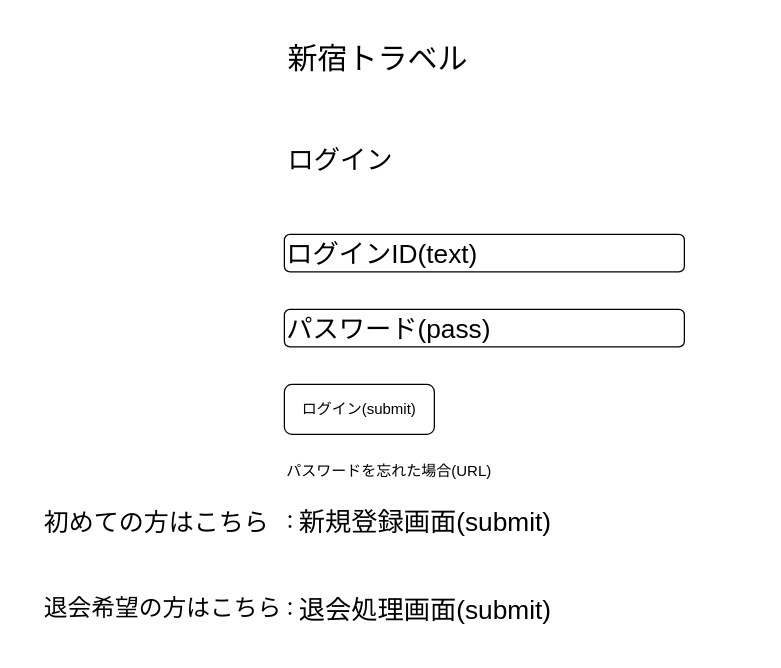
Before: ログイン画面レイアウト.drawio in 2022java42-student006/document, a draw.io diagram. Source tidied: cells renumbered, new cells numbered last; positions are measured from the earlier drawing's top-left corner, leaving out a move shared by most shapes. Both pictures are drawn from the tidied source at 125%, with x=0, y=0 at pixel (21, 21).
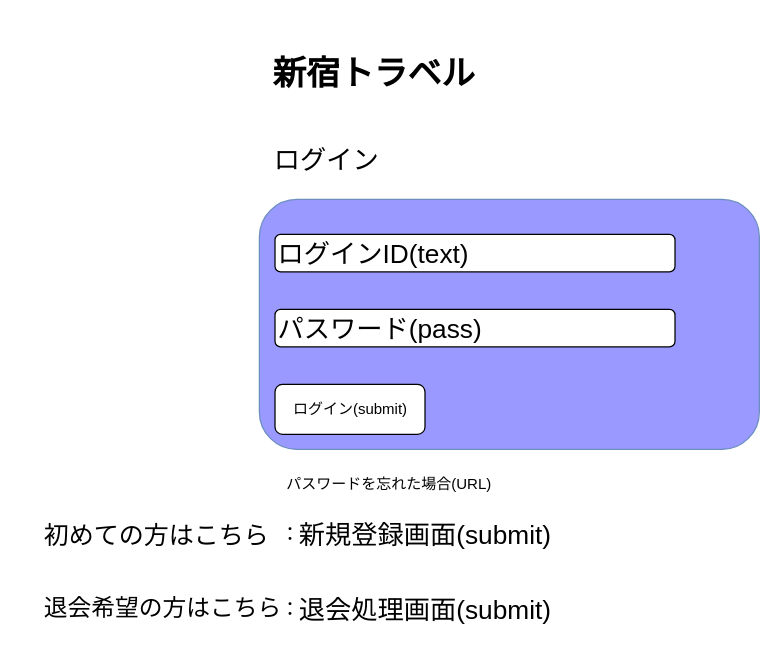
The same diagram, later.

The edit, as a diff of the source:
```diff
@@
 <mxGraphModel>
   <root>
     <mxCell id="0" />
     <mxCell id="1" parent="0" />
-    <mxCell id="2" value="&lt;font style=&quot;font-size: 24px&quot;&gt;新宿トラベル&lt;/font&gt;" style="rounded=0;whiteSpace=wrap;html=1;strokeColor=none;" parent="1" vertex="1">
-      <mxGeometry x="160" width="250" height="60" as="geometry" />
+    <mxCell id="2" value="&lt;h2&gt;&lt;font style=&quot;font-size: 27px&quot;&gt;新宿トラベル&lt;/font&gt;&lt;/h2&gt;" style="rounded=1;whiteSpace=wrap;html=1;align=left;strokeColor=none;fontFamily=Georgia;" parent="1" vertex="1">
+      <mxGeometry x="199" y="11" width="183" height="60" as="geometry" />
     </mxCell>
-    <mxCell id="3" value="&lt;font style=&quot;font-size: 21px&quot;&gt;ログイン&lt;/font&gt;" style="rounded=0;whiteSpace=wrap;html=1;strokeColor=none;" parent="1" vertex="1">
-      <mxGeometry x="130" y="80" width="250" height="60" as="geometry" />
+    <mxCell id="3" value="&lt;font style=&quot;font-size: 21px&quot;&gt;ログイン&lt;/font&gt;" style="rounded=1;whiteSpace=wrap;html=1;align=left;labelBackgroundColor=none;strokeColor=none;" parent="1" vertex="1">
+      <mxGeometry x="200" y="80" width="90" height="60" as="geometry" />
     </mxCell>
-    <mxCell id="4" value="ログインID(text)" style="rounded=1;whiteSpace=wrap;html=1;fontSize=21;align=left;" parent="1" vertex="1">
-      <mxGeometry x="210" y="170" width="320" height="30" as="geometry" />
-    </mxCell>
-    <mxCell id="5" value="パスワード(pass)" style="rounded=1;whiteSpace=wrap;html=1;fontSize=21;align=left;" parent="1" vertex="1">
-      <mxGeometry x="210" y="230" width="320" height="30" as="geometry" />
-    </mxCell>
-    <mxCell id="6" value="&lt;font style=&quot;font-size: 12px&quot;&gt;パスワードを忘れた場合(URL)&lt;/font&gt;" style="rounded=0;whiteSpace=wrap;html=1;strokeColor=none;align=left;" parent="1" vertex="1">
-      <mxGeometry x="210" y="350" width="300" height="20" as="geometry" />
+    <mxCell id="6" value="&lt;font style=&quot;font-size: 12px&quot;&gt;パスワードを忘れた場合(URL)&lt;/font&gt;" style="rounded=1;whiteSpace=wrap;html=1;strokeColor=none;align=left;" parent="1" vertex="1">
+      <mxGeometry x="210" y="360" width="300" height="20" as="geometry" />
     </mxCell>
-    <mxCell id="7" value="ログイン(submit)" style="rounded=1;whiteSpace=wrap;html=1;fontSize=12;" parent="1" vertex="1">
-      <mxGeometry x="210" y="290" width="120" height="40" as="geometry" />
-    </mxCell>
-    <mxCell id="8" value="&lt;font style=&quot;font-size: 20px&quot;&gt;初めての方はこちら&lt;/font&gt;" style="rounded=0;whiteSpace=wrap;html=1;fontSize=16;align=right;strokeColor=none;" parent="1" vertex="1">
-      <mxGeometry y="380" width="200" height="40" as="geometry" />
+    <mxCell id="8" value="&lt;font style=&quot;font-size: 20px&quot;&gt;初めての方はこちら&lt;/font&gt;" style="rounded=1;whiteSpace=wrap;html=1;fontSize=16;align=right;strokeColor=none;" parent="1" vertex="1">
+      <mxGeometry y="390" width="200" height="40" as="geometry" />
     </mxCell>
-    <mxCell id="9" value="&lt;font style=&quot;font-size: 16px&quot;&gt;：&lt;/font&gt;" style="rounded=0;whiteSpace=wrap;html=1;fontSize=12;strokeColor=none;" parent="1" vertex="1">
-      <mxGeometry x="210" y="370" width="10" height="60" as="geometry" />
+    <mxCell id="9" value="&lt;font style=&quot;font-size: 16px&quot;&gt;：&lt;/font&gt;" style="rounded=1;whiteSpace=wrap;html=1;fontSize=12;strokeColor=none;" parent="1" vertex="1">
+      <mxGeometry x="210" y="380" width="10" height="60" as="geometry" />
     </mxCell>
-    <mxCell id="10" value="新規登録画面(submit)" style="rounded=0;whiteSpace=wrap;html=1;fontSize=21;align=left;strokeColor=none;" parent="1" vertex="1">
-      <mxGeometry x="220" y="385" width="285" height="30" as="geometry" />
+    <mxCell id="10" value="新規登録画面(submit)" style="rounded=1;whiteSpace=wrap;html=1;fontSize=21;align=left;strokeColor=none;" parent="1" vertex="1">
+      <mxGeometry x="220" y="395" width="285" height="30" as="geometry" />
     </mxCell>
-    <mxCell id="11" value="&lt;font style=&quot;font-size: 19px&quot;&gt;退会希望の方はこちら&lt;/font&gt;" style="rounded=0;whiteSpace=wrap;html=1;fontSize=16;align=right;strokeColor=none;" parent="1" vertex="1">
+    <mxCell id="11" value="&lt;font style=&quot;font-size: 19px&quot;&gt;退会希望の方はこちら&lt;/font&gt;" style="rounded=1;whiteSpace=wrap;html=1;fontSize=16;align=right;strokeColor=none;" parent="1" vertex="1">
       <mxGeometry x="10" y="450" width="200" height="40" as="geometry" />
     </mxCell>
-    <mxCell id="12" value="&lt;font style=&quot;font-size: 16px&quot;&gt;：&lt;/font&gt;" style="rounded=0;whiteSpace=wrap;html=1;fontSize=12;strokeColor=none;" parent="1" vertex="1">
+    <mxCell id="12" value="&lt;font style=&quot;font-size: 16px&quot;&gt;：&lt;/font&gt;" style="rounded=1;whiteSpace=wrap;html=1;fontSize=12;strokeColor=none;" parent="1" vertex="1">
       <mxGeometry x="210" y="440" width="10" height="60" as="geometry" />
     </mxCell>
-    <mxCell id="13" value="退会処理画面(submit)" style="rounded=0;whiteSpace=wrap;html=1;fontSize=21;align=left;strokeColor=none;" parent="1" vertex="1">
+    <mxCell id="13" value="退会処理画面(submit)" style="rounded=1;whiteSpace=wrap;html=1;fontSize=21;align=left;strokeColor=none;" parent="1" vertex="1">
       <mxGeometry x="220" y="455" width="285" height="30" as="geometry" />
     </mxCell>
+    <mxCell id="14" style="rounded=1;whiteSpace=wrap;html=1;fillColor=#9999FF;strokeColor=#6c8ebf;gradientColor=none;" parent="1" vertex="1">
+      <mxGeometry x="190" y="142" width="400" height="200" as="geometry" />
+    </mxCell>
+    <mxCell id="4" value="ログインID(text)" style="rounded=1;whiteSpace=wrap;html=1;fontSize=21;align=left;" parent="1" vertex="1">
+      <mxGeometry x="202.5" y="170" width="320" height="30" as="geometry" />
+    </mxCell>
+    <mxCell id="5" value="パスワード(pass)" style="rounded=1;whiteSpace=wrap;html=1;fontSize=21;align=left;" parent="1" vertex="1">
+      <mxGeometry x="202.5" y="230" width="320" height="30" as="geometry" />
+    </mxCell>
+    <mxCell id="7" value="ログイン(submit)" style="rounded=1;whiteSpace=wrap;html=1;fontSize=12;" parent="1" vertex="1">
+      <mxGeometry x="202.5" y="290" width="120" height="40" as="geometry" />
+    </mxCell>
   </root>
 </mxGraphModel>
```
